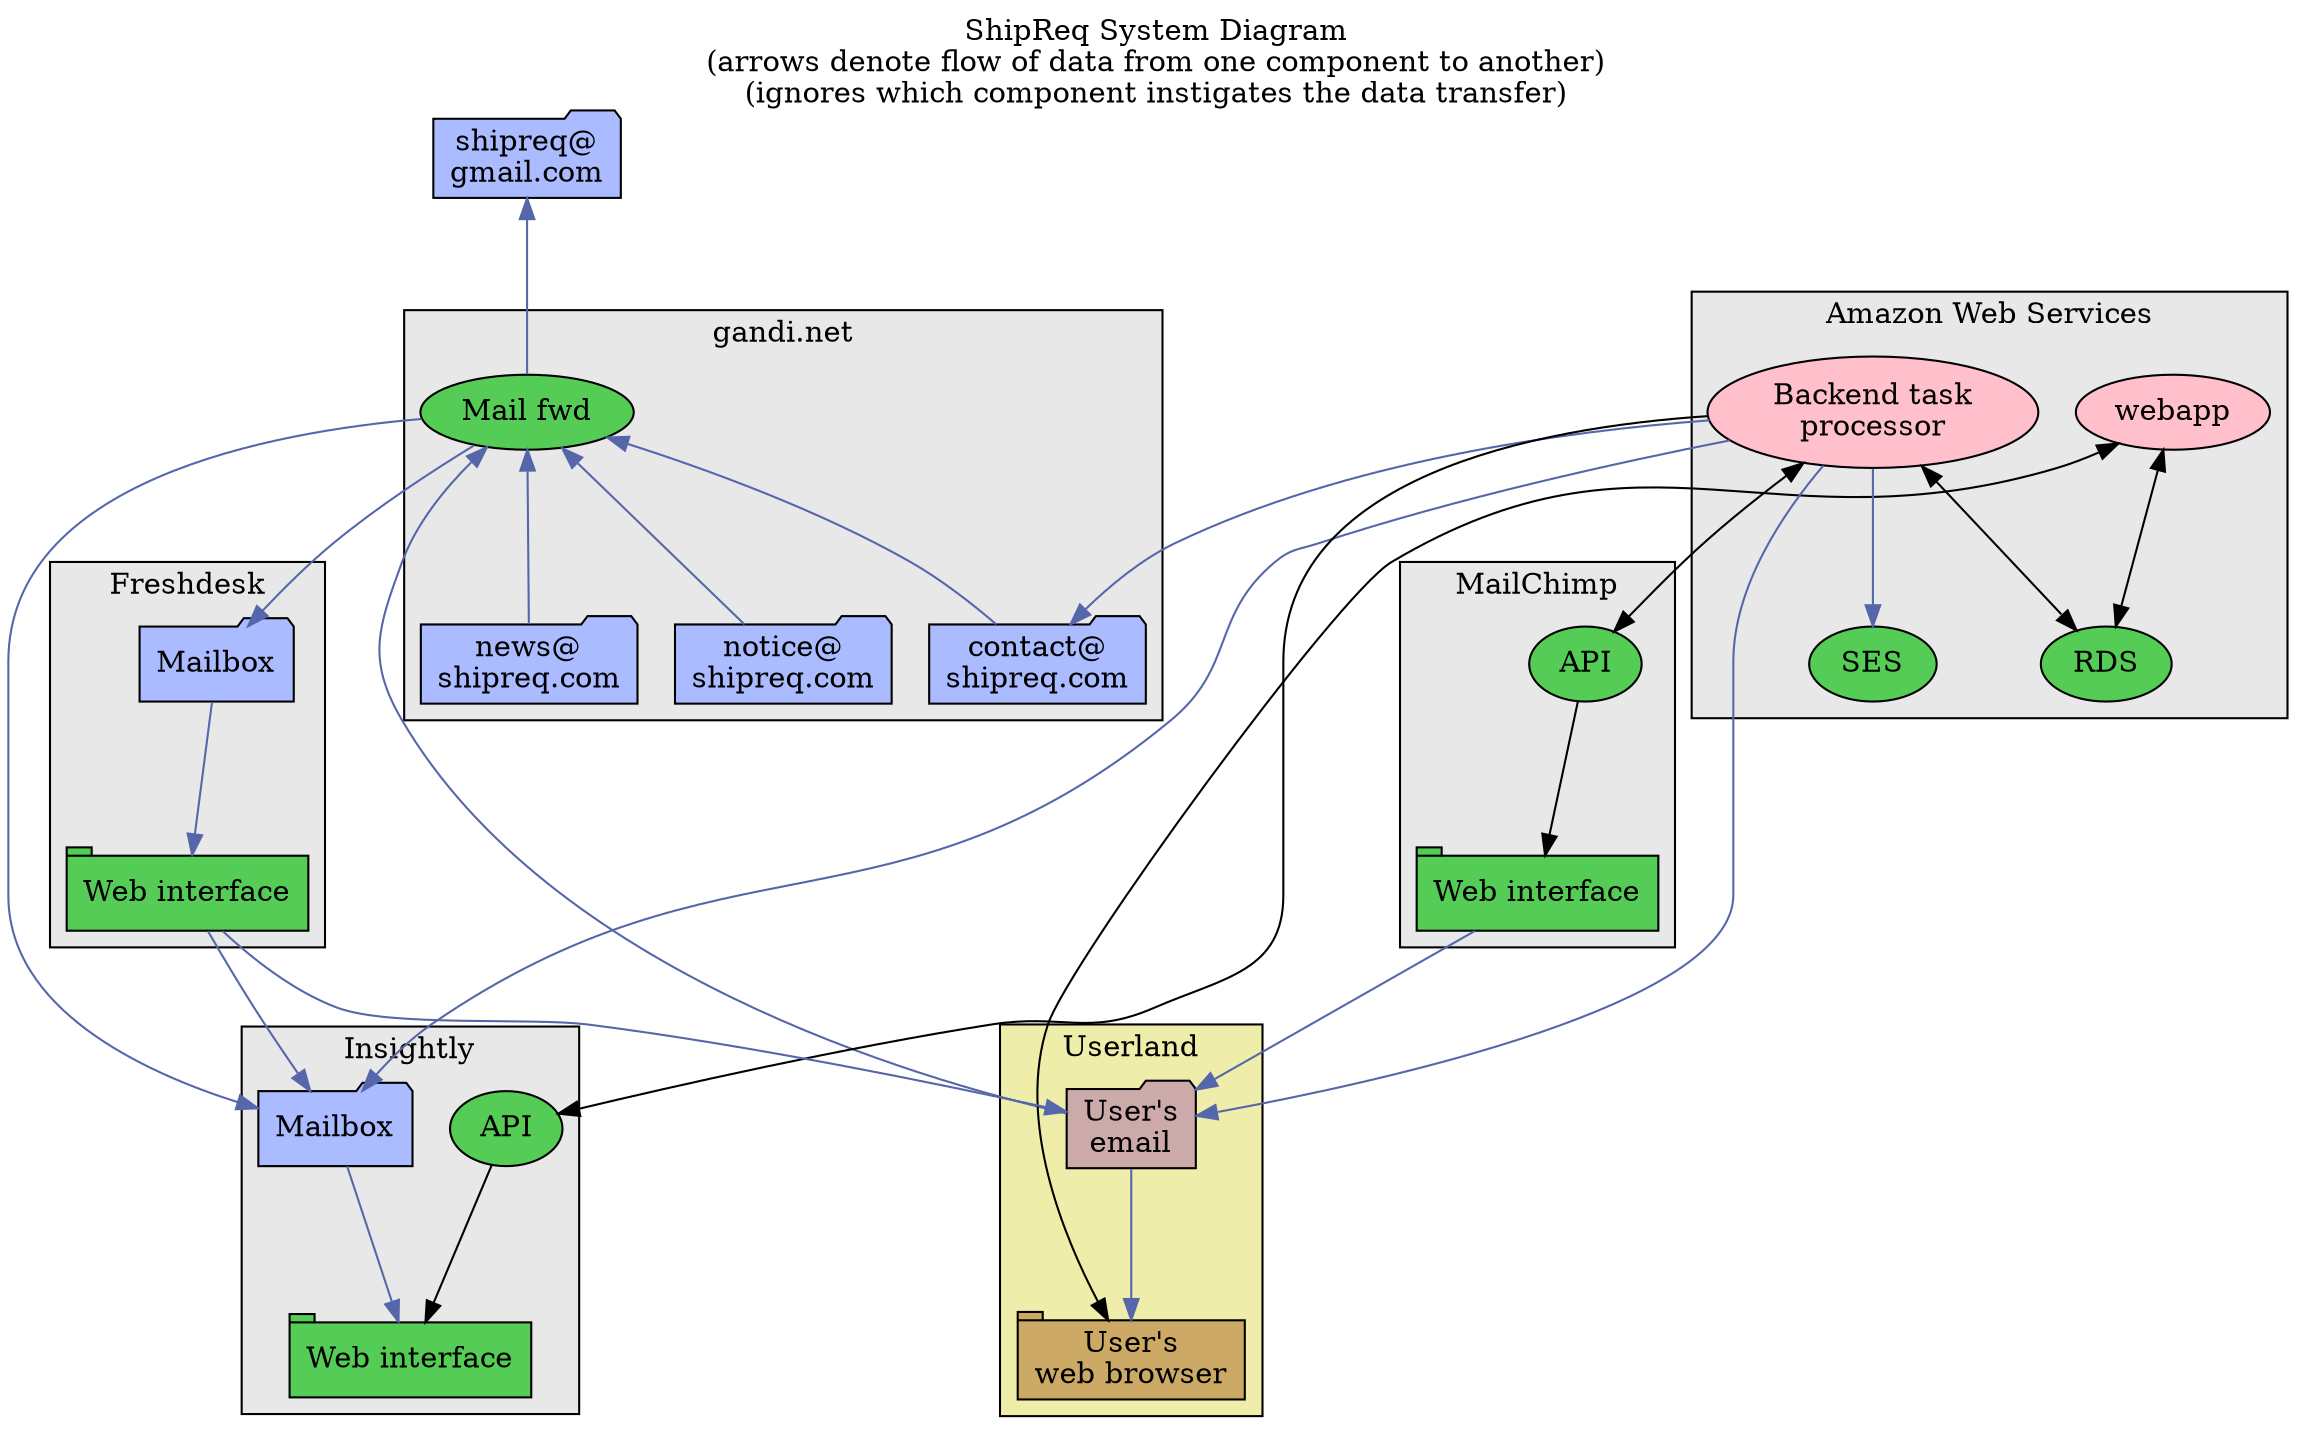
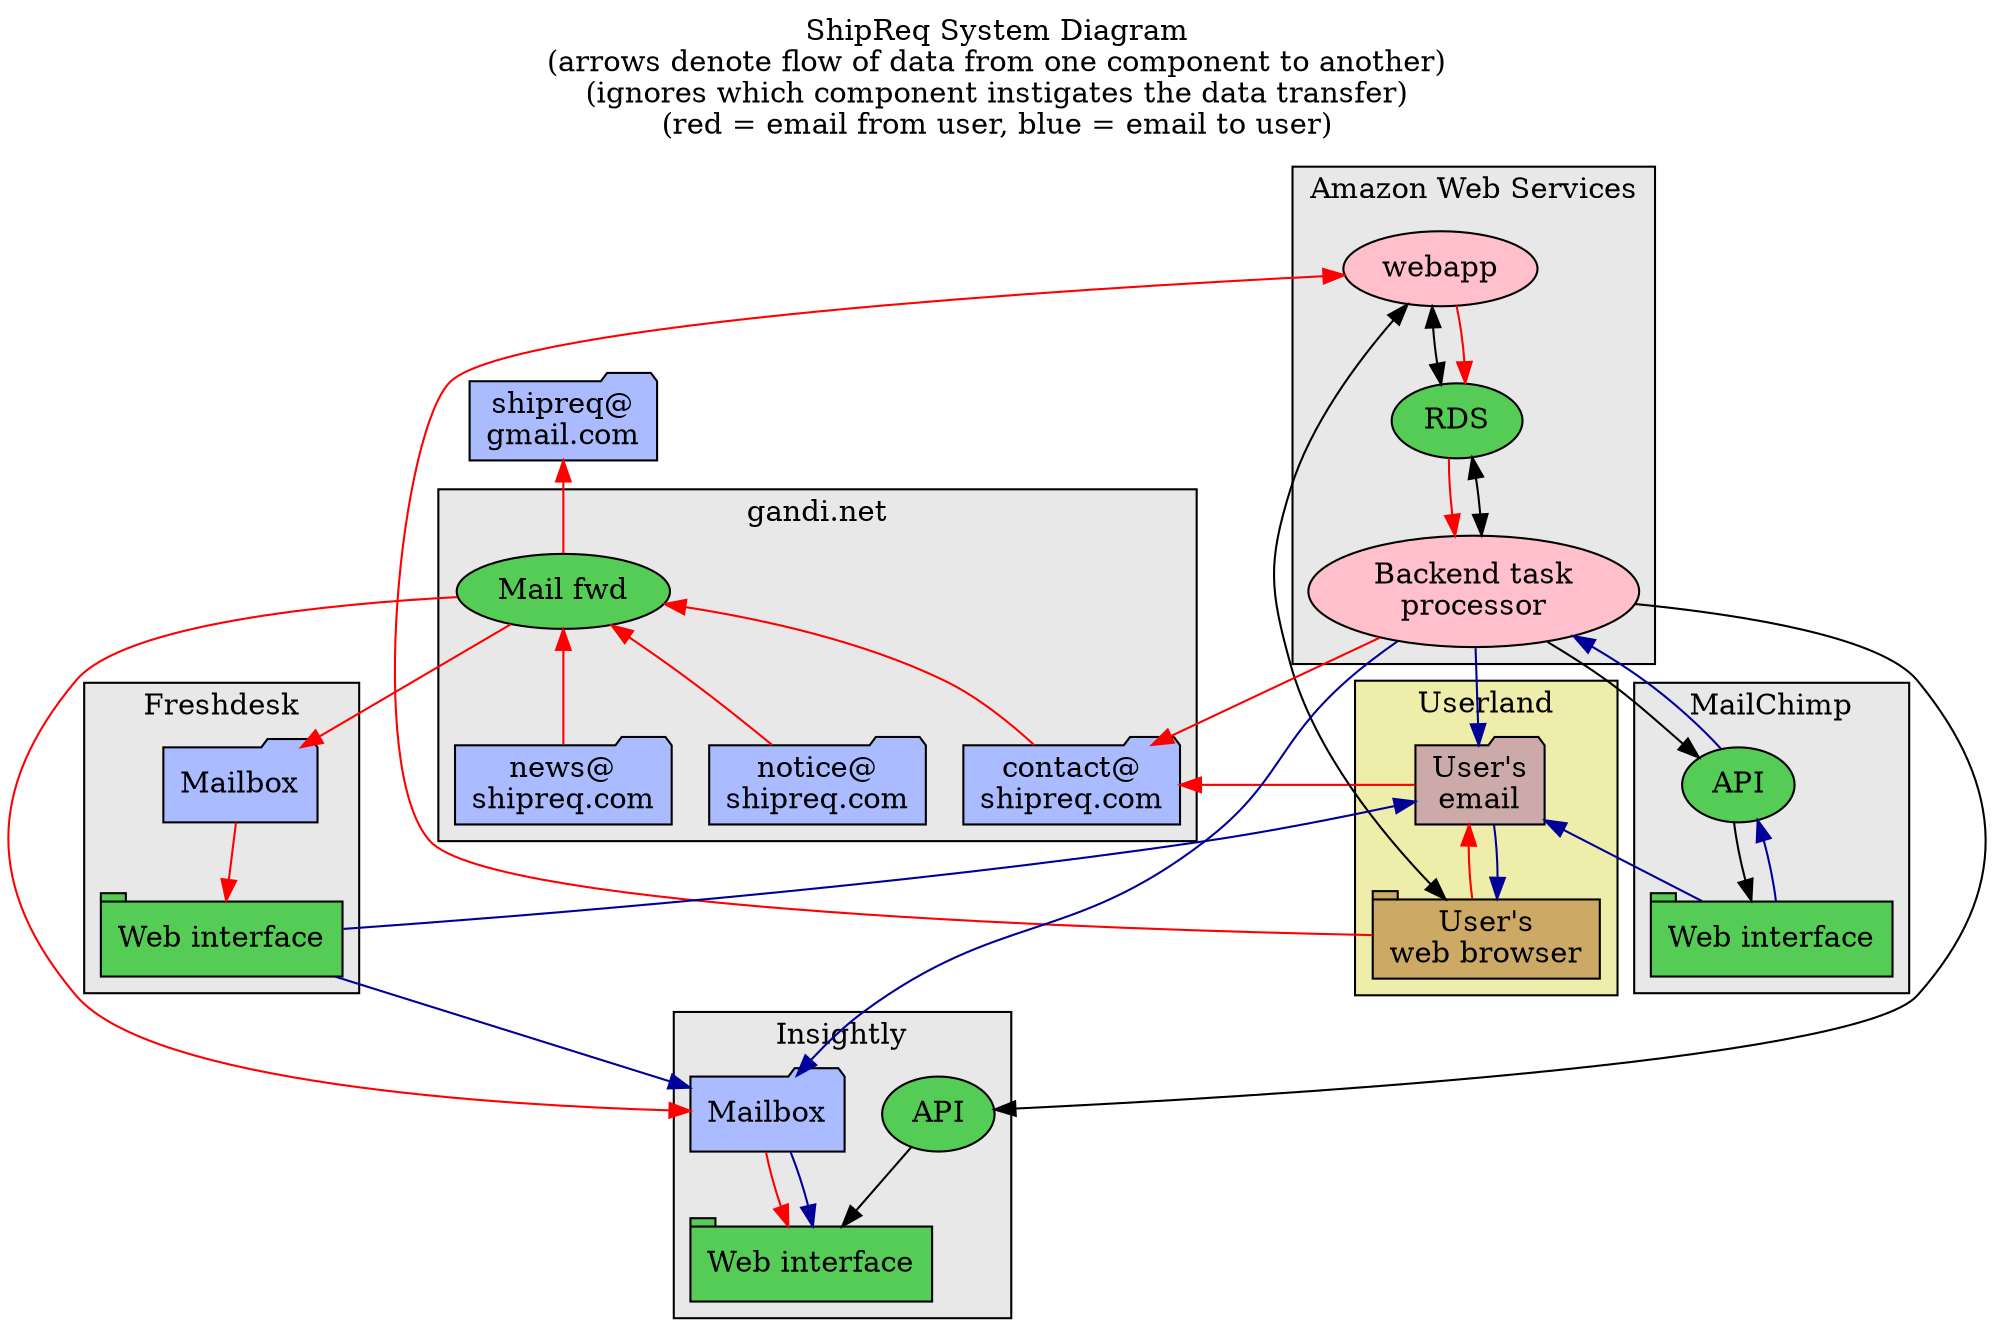
digraph G {
  compound=true
  labelloc=t
-   label="ShipReq System Diagram\n(arrows denote flow of data from one component to another)\n(ignores which component instigates the data transfer)"
+   label="ShipReq System Diagram\n(arrows denote flow of data from one component to another)\n(ignores which component instigates the data transfer)\n(red = email from user, blue = email to user)\n"
  style=filled fillcolor="#e2ffe2"
  node [style=filled fillcolor="#55cc55"]
-   edge [minlen=2]
+   // edge [minlen=2]

  // -----------------------------------------------------------------------------------------------

  gmail [label="shipreq@\ngmail.com" shape=folder style=filled fillcolor="#aabbff"]

  subgraph cluster_usr {
    style=filled
    fillcolor="#eeeeaa"
    node [style=filled fillcolor="#ccaa66"]

    label="Userland"
    usr_web [label="User's\nweb browser" shape=tab]
-     usr_email [label="User's\nemail" shape=folder fillcolor="#ccaaaa"]
+     usr_mail [label="User's\nemail" shape=folder fillcolor="#ccaaaa"]
  }
  subgraph cluster_gandi {
    fillcolor="#e8e8e8"
    label="gandi.net"
    // gandi_dns [label="DNS"]
    gandi_mx [label="Mail fwd"]
    ea_contact [label="contact@\nshipreq.com" shape=folder style=filled fillcolor="#aabbff"]
    ea_news [label="news@\nshipreq.com" shape=folder style=filled fillcolor="#aabbff"]
    ea_notice [label="notice@\nshipreq.com" shape=folder style=filled fillcolor="#aabbff"]
  }

  subgraph cluster_aws {
    fillcolor="#e8e8e8"
    label="Amazon Web Services"
    // aws_r53 [label="Route 53"]
    aws_rds [label="RDS"]
-     aws_ses [label="SES"]
    {node[fillcolor=pink]
      wb  [label="webapp"]
      worker [label="Backend task\nprocessor"]
    }
  }

  subgraph cluster_mc {
    fillcolor="#e8e8e8"
    label="MailChimp"
    mc_api [label="API"]
    mc_web [label="Web interface" shape=tab]
  }

  subgraph cluster_fd {
    fillcolor="#e8e8e8"
    label="Freshdesk"
    fd_mail [label="Mailbox" shape=folder style=filled fillcolor="#aabbff"]
    fd_web [label="Web interface" shape=tab]
  }

  subgraph cluster_crm {
    fillcolor="#e8e8e8"
    label="Insightly"
    crm_mail [label="Mailbox" shape=folder style=filled fillcolor="#aabbff"]
    crm_web [label="Web interface" shape=tab]
    crm_api [label="API"]
  }

  // -----------------------------------------------------------------------------------------------

  wb -> aws_rds [dir=both]
  worker -> aws_rds [dir=both]
-   worker -> mc_api [dir=both] //label="Push contact data\nQuery"]
-   worker -> crm_api //[label="Push contact data\nLog MailChimp broadcasts"]
+   worker -> mc_api
+   worker -> crm_api [minlen=3] //[label="Push contact data\nLog MailChimp broadcasts"]
  crm_api -> crm_web
  mc_api -> mc_web
-   wb -> usr_web [constraint=false dir=both]
+   wb -> usr_web [dir=both]

-   // Email flows
-   {edge[color="#5566aa"]
-     worker -> aws_ses
-     mc_web -> usr_email
+   // Email flows (incoming)
+   {edge[color=red]
+     usr_mail -> ea_contact
    gandi_mx -> ea_contact,ea_news,ea_notice [dir=back] //label="Catch"]
    gandi_mx -> fd_mail,crm_mail //[label="Fwd"]
    gmail -> gandi_mx [dir=back] //label="Fwd"]
-     worker -> usr_email
    worker -> ea_contact
+     fd_mail -> fd_web
+     crm_mail -> crm_web
+     usr_mail -> usr_web [dir=back]
+     usr_web -> wb -> aws_rds -> worker
+   }
+ 
+   // Email flows (outgoing)
+   {edge[color="#000099"]
+     mc_web -> usr_mail
+     worker -> usr_mail
    worker -> crm_mail //[label="BCC" style=dashed]
    fd_web -> crm_mail //[label="Auto-BCC" style=dashed]
-     fd_web -> usr_email
-     usr_email -> usr_web
+     fd_web -> usr_mail
+     usr_mail -> usr_web
    crm_mail -> crm_web
-     fd_mail -> fd_web
-     // usr_email -> ea_contact,ea_news,ea_notice
-     usr_email -> gandi_mx
+     // mc_web -> mc_api -> worker
+     worker -> mc_api -> mc_web [dir=back]
  }

}
